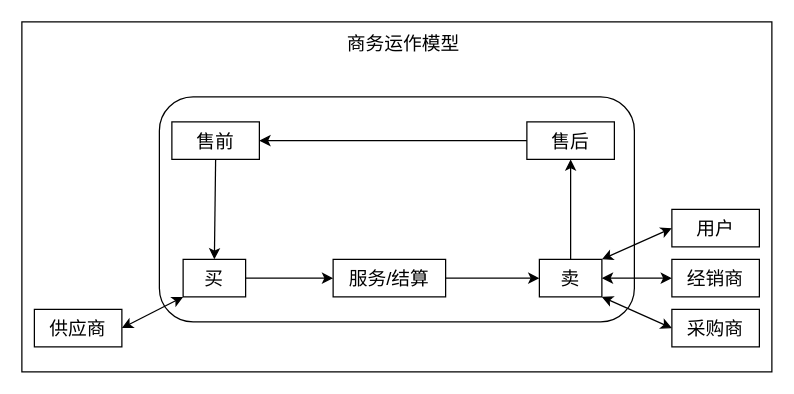
Earlier version of the draw.io diagram cloudbirds/未命名绘图.drawio (luoyongshun/framework). Source tidied: cells renumbered, new cells numbered last; positions are measured from the earlier drawing's top-left corner, leaving out a move shared by most shapes. Both pictures are drawn from the tidied source at 125%, with x=0, y=0 at pixel (21, 21).
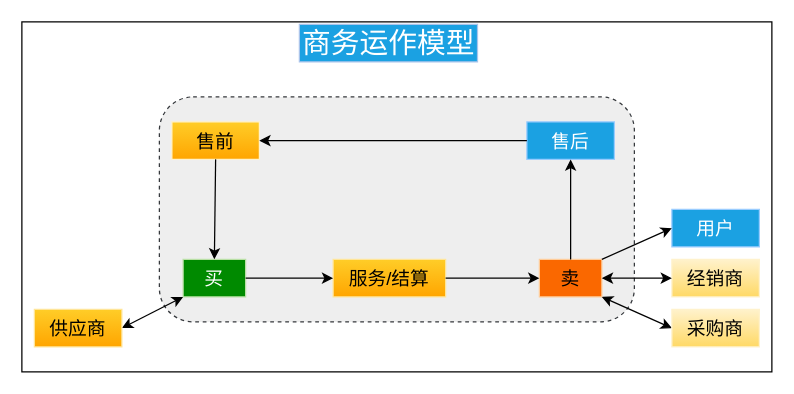
Above is the later version.

Commit message:
更新未命名绘图.drawio

The edit, as a diff of the source:
```diff
@@
-    <mxCell id="3" value="&lt;font style=&quot;font-size: 15px;&quot;&gt;商务运作模型&lt;/font&gt;" style="text;html=1;strokeColor=none;fillColor=none;align=center;verticalAlign=middle;whiteSpace=wrap;rounded=0;" parent="1" vertex="1">
-      <mxGeometry x="257.5" y="2" width="95" height="30" as="geometry" />
+    <mxCell id="3" value="&lt;font style=&quot;font-size: 23px;&quot;&gt;商务运作模型&lt;/font&gt;" style="text;html=1;strokeColor=#A9C4EB;fillColor=#1ba1e2;align=center;verticalAlign=middle;whiteSpace=wrap;rounded=0;fontSize=23;fontColor=#ffffff;" parent="1" vertex="1">
+      <mxGeometry x="222" y="2" width="142.5" height="30" as="geometry" />
     </mxCell>
-    <mxCell id="4" style="rounded=1;whiteSpace=wrap;html=1;fontSize=15;" parent="1" vertex="1">
+    <mxCell id="4" style="rounded=1;whiteSpace=wrap;html=1;fontSize=15;dashed=1;strokeColor=#36393d;fillColor=#eeeeee;" parent="1" vertex="1">
       <mxGeometry x="110" y="60" width="380" height="180" as="geometry" />
     </mxCell>
-    <mxCell id="5" value="售前" style="rounded=0;whiteSpace=wrap;html=1;fontSize=15;" parent="1" vertex="1">
+    <mxCell id="5" value="售前" style="rounded=0;whiteSpace=wrap;html=1;fontSize=15;fillColor=#ffcd28;strokeColor=#FFF2CC;gradientColor=#ffa500;" parent="1" vertex="1">
       <mxGeometry x="120" y="80" width="70" height="30" as="geometry" />
     </mxCell>
-    <mxCell id="6" value="售后" style="rounded=0;whiteSpace=wrap;html=1;fontSize=15;" parent="1" vertex="1">
+    <mxCell id="6" value="售后" style="rounded=0;whiteSpace=wrap;html=1;fontSize=15;fillColor=#1ba1e2;fontColor=#ffffff;strokeColor=#99CCFF;" parent="1" vertex="1">
       <mxGeometry x="404" y="80" width="70" height="30" as="geometry" />
     </mxCell>
-    <mxCell id="7" value="买" style="rounded=0;whiteSpace=wrap;html=1;fontSize=15;" parent="1" vertex="1">
+    <mxCell id="7" value="买" style="rounded=0;whiteSpace=wrap;html=1;fontSize=15;fillColor=#008a00;fontColor=#ffffff;strokeColor=#B9E0A5;" parent="1" vertex="1">
       <mxGeometry x="129" y="190" width="50" height="30" as="geometry" />
     </mxCell>
-    <mxCell id="8" value="卖" style="rounded=0;whiteSpace=wrap;html=1;fontSize=15;" parent="1" vertex="1">
+    <mxCell id="8" value="卖" style="rounded=0;whiteSpace=wrap;html=1;fontSize=15;fillColor=#fa6800;fontColor=#000000;strokeColor=#FFCC99;" parent="1" vertex="1">
       <mxGeometry x="414" y="190" width="50" height="30" as="geometry" />
     </mxCell>
-    <mxCell id="9" value="服务/结算" style="rounded=0;whiteSpace=wrap;html=1;fontSize=15;" parent="1" vertex="1">
+    <mxCell id="9" value="服务/结算" style="rounded=0;whiteSpace=wrap;html=1;fontSize=15;fillColor=#ffcd28;gradientColor=#ffa500;strokeColor=#FFE599;" parent="1" vertex="1">
       <mxGeometry x="249" y="190" width="90" height="30" as="geometry" />
     </mxCell>
@@
-    <mxCell id="17" value="供应商" style="rounded=0;whiteSpace=wrap;html=1;fontSize=15;" parent="1" vertex="1">
+    <mxCell id="17" value="供应商" style="rounded=0;whiteSpace=wrap;html=1;fontSize=15;fillColor=#ffcd28;gradientColor=#ffa500;strokeColor=#FFE599;" parent="1" vertex="1">
       <mxGeometry x="10" y="230" width="70" height="30" as="geometry" />
     </mxCell>
-    <mxCell id="18" value="采购商" style="rounded=0;whiteSpace=wrap;html=1;fontSize=15;" parent="1" vertex="1">
+    <mxCell id="18" value="采购商" style="rounded=0;whiteSpace=wrap;html=1;fontSize=15;fillColor=#fff2cc;gradientColor=#ffd966;strokeColor=#FFF2CC;" parent="1" vertex="1">
       <mxGeometry x="520" y="230" width="70" height="30" as="geometry" />
     </mxCell>
-    <mxCell id="19" value="经销商" style="rounded=0;whiteSpace=wrap;html=1;fontSize=15;" parent="1" vertex="1">
+    <mxCell id="19" value="经销商" style="rounded=0;whiteSpace=wrap;html=1;fontSize=15;fillColor=#fff2cc;gradientColor=#ffd966;strokeColor=#FFF2CC;" parent="1" vertex="1">
       <mxGeometry x="520" y="190" width="70" height="30" as="geometry" />
     </mxCell>
-    <mxCell id="20" value="用户" style="rounded=0;whiteSpace=wrap;html=1;fontSize=15;" parent="1" vertex="1">
+    <mxCell id="20" value="用户" style="rounded=0;whiteSpace=wrap;html=1;fontSize=15;fillColor=#1ba1e2;strokeColor=#99CCFF;fontColor=#ffffff;" parent="1" vertex="1">
       <mxGeometry x="520" y="150" width="70" height="30" as="geometry" />
     </mxCell>
@@
-    <mxCell id="22" style="endArrow=classic;startArrow=classic;html=1;rounded=0;fontSize=15;entryX=0;entryY=0.5;entryDx=0;entryDy=0;exitX=1;exitY=0;exitDx=0;exitDy=0;" parent="1" edge="1" source="8" target="20">
+    <mxCell id="22" style="endArrow=classic;html=1;rounded=0;fontSize=23;exitX=1;exitY=0;exitDx=0;exitDy=0;entryX=0;entryY=0.5;entryDx=0;entryDy=0;" parent="1" edge="1" source="8" target="20">
       <mxGeometry relative="1" as="geometry" />
     </mxCell>
```
